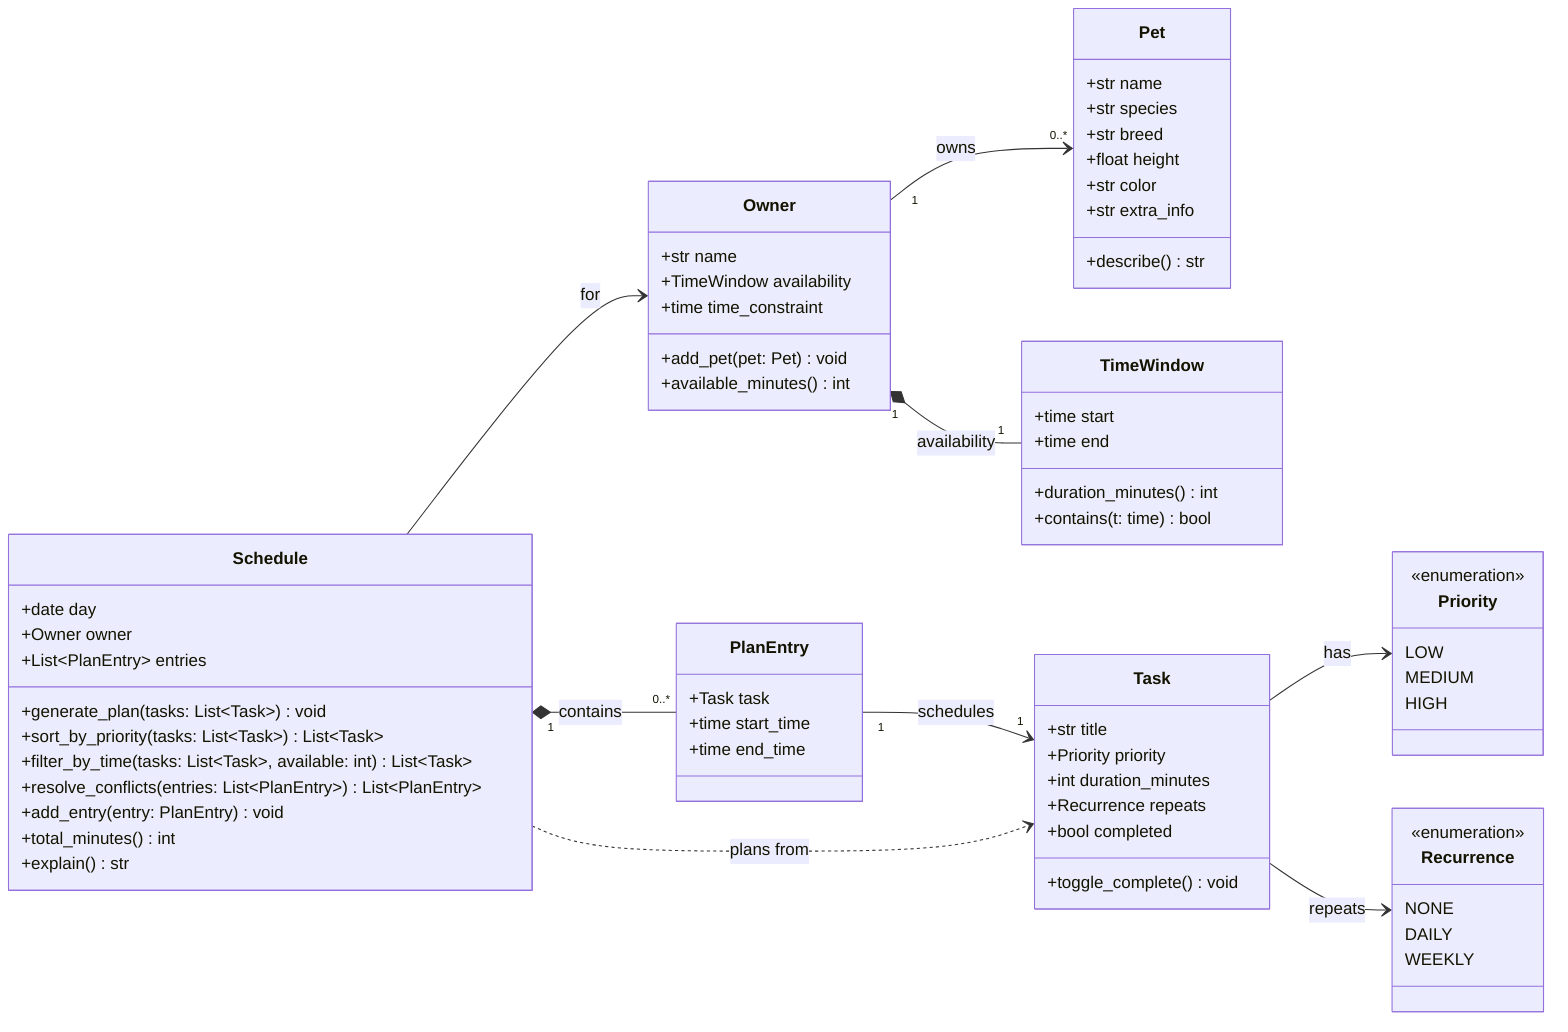
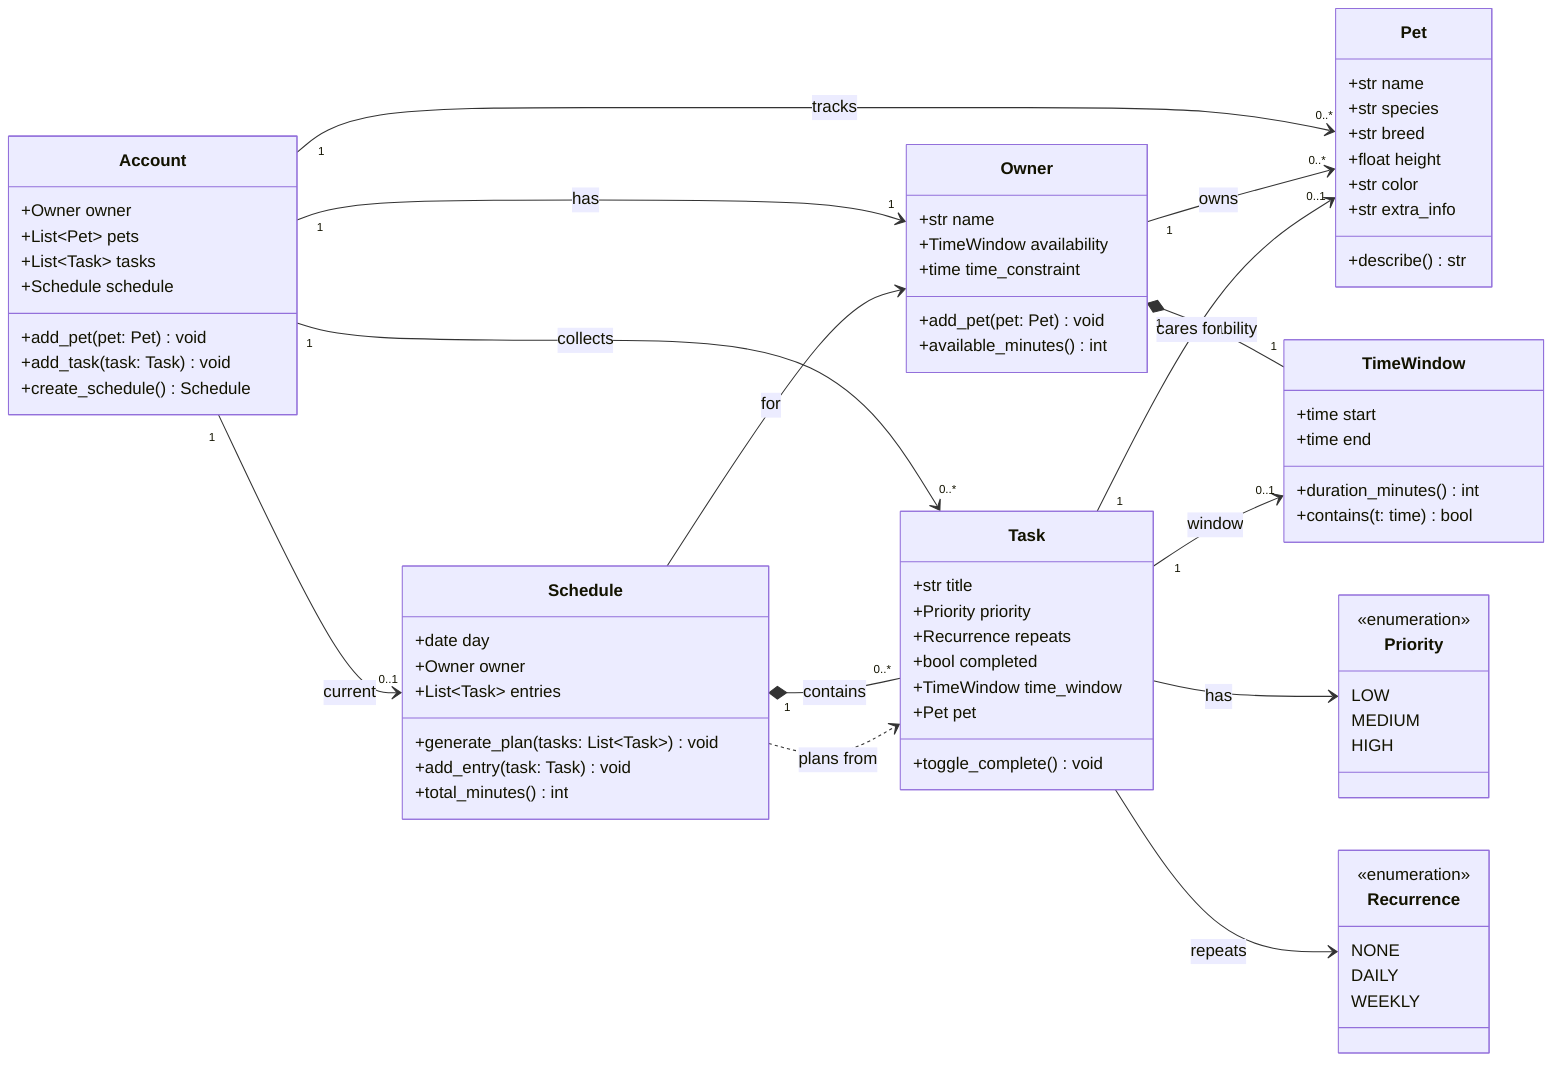
classDiagram
    direction LR

    class Pet {
        +str name
        +str species
        +str breed
        +float height
        +str color
        +str extra_info
        +describe() str
    }

    class Owner {
        +str name
        +TimeWindow availability
        +time time_constraint
        +add_pet(pet: Pet) void
        +available_minutes() int
    }

    class TimeWindow {
        +time start
        +time end
        +duration_minutes() int
        +contains(t: time) bool
    }

    class Task {
        +str title
        +Priority priority
-         +int duration_minutes
        +Recurrence repeats
        +bool completed
+         +TimeWindow time_window
+         +Pet pet
        +toggle_complete() void
-     }
- 
-     class PlanEntry {
-         +Task task
-         +time start_time
-         +time end_time
    }

    class Schedule {
        +date day
        +Owner owner
-         +List~PlanEntry~ entries
+         +List~Task~ entries
        +generate_plan(tasks: List~Task~) void
-         +sort_by_priority(tasks: List~Task~) List~Task~
-         +filter_by_time(tasks: List~Task~, available: int) List~Task~
-         +resolve_conflicts(entries: List~PlanEntry~) List~PlanEntry~
-         +add_entry(entry: PlanEntry) void
+         +add_entry(task: Task) void
        +total_minutes() int
-         +explain() str
+     }
+ 
+     class Account {
+         +Owner owner
+         +List~Pet~ pets
+         +List~Task~ tasks
+         +Schedule schedule
+         +add_pet(pet: Pet) void
+         +add_task(task: Task) void
+         +create_schedule() Schedule
    }

    class Priority {
        <<enumeration>>
        LOW
        MEDIUM
        HIGH
    }

    class Recurrence {
        <<enumeration>>
        NONE
        DAILY
        WEEKLY
    }

+     Account "1" --> "1" Owner : has
+     Account "1" --> "0..*" Pet : tracks
+     Account "1" --> "0..*" Task : collects
+     Account "1" --> "0..1" Schedule : current
    Owner "1" --> "0..*" Pet : owns
    Owner "1" *-- "1" TimeWindow : availability
    Task --> Priority : has
    Task --> Recurrence : repeats
-     PlanEntry "1" --> "1" Task : schedules
-     Schedule "1" *-- "0..*" PlanEntry : contains
+     Task "1" --> "0..1" TimeWindow : window
+     Task "1" --> "0..1" Pet : cares for
+     Schedule "1" *-- "0..*" Task : contains
    Schedule --> Owner : for
    Schedule ..> Task : plans from
